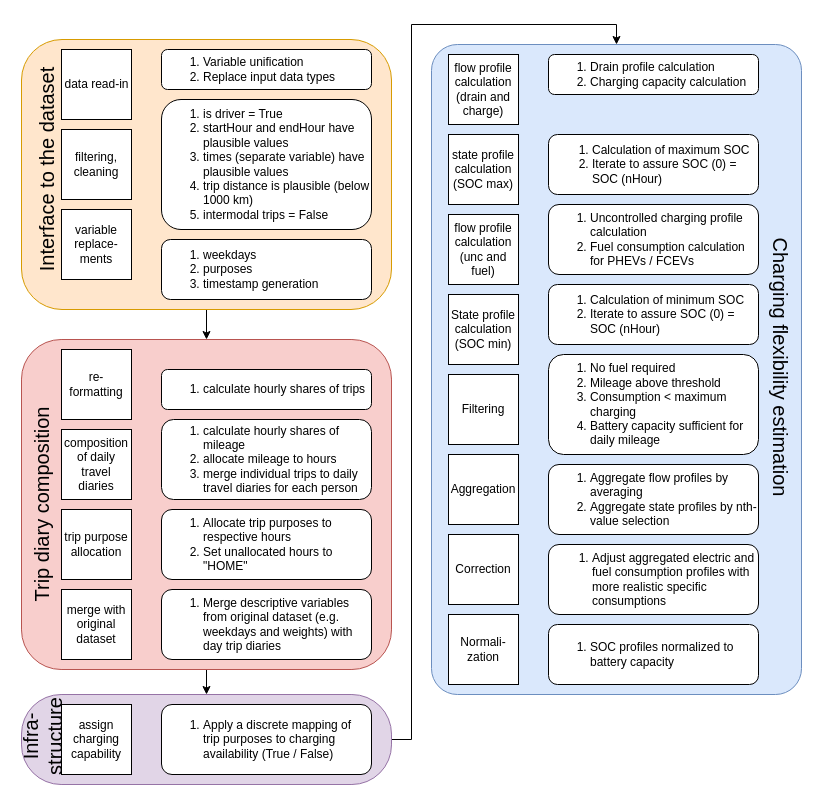
areleu/vencopy keeps this draw.io diagram as source/Schema/vencoPy_schema.drawio. Above is the earlier version. Source tidied: cells renumbered, new cells numbered last; positions are measured from the earlier drawing's top-left corner, leaving out a move shared by most shapes. Both pictures are drawn from the tidied source at 100%, with x=0, y=0 at pixel (-119, 24).
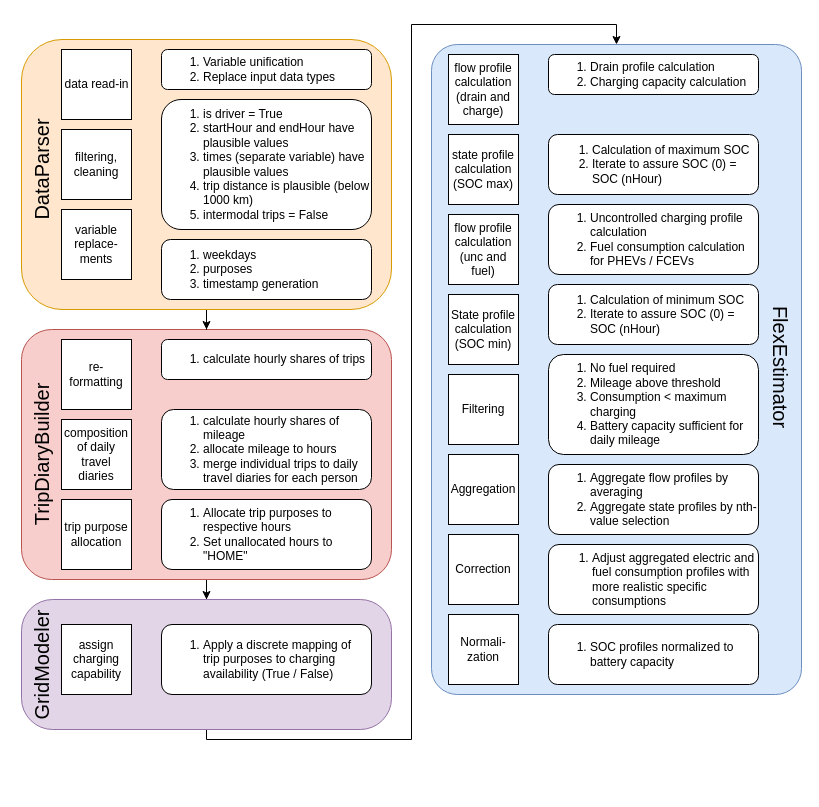
After the change.

The edit, as a diff of the source:
```diff
@@
     <mxCell id="4" style="rounded=1;whiteSpace=wrap;html=1;fillColor=#f8cecc;strokeColor=#b85450;arcSize=12;" parent="1" vertex="1">
-      <mxGeometry x="140" y="315" width="370" height="330" as="geometry" />
+      <mxGeometry x="140" y="305" width="370" height="250" as="geometry" />
     </mxCell>
@@
     <mxCell id="10" value="composition of daily travel diaries" style="whiteSpace=wrap;html=1;spacingLeft=2;spacingRight=2;" parent="1" vertex="1">
-      <mxGeometry x="180" y="405" width="70" height="70" as="geometry" />
+      <mxGeometry x="180" y="395" width="70" height="70" as="geometry" />
     </mxCell>
@@
     <mxCell id="14" value="re-formatting" style="whiteSpace=wrap;html=1;spacingLeft=2;spacingRight=2;" parent="1" vertex="1">
-      <mxGeometry x="180" y="325" width="70" height="70" as="geometry" />
+      <mxGeometry x="180" y="315" width="70" height="70" as="geometry" />
     </mxCell>
     <mxCell id="15" value="&lt;ol&gt;&lt;li&gt;calculate hourly shares of trips&lt;br&gt;&lt;/li&gt;&lt;/ol&gt;" style="rounded=1;whiteSpace=wrap;html=1;align=left;spacingRight=2;" parent="1" vertex="1">
-      <mxGeometry x="280" y="345" width="210" height="40" as="geometry" />
+      <mxGeometry x="280" y="315" width="210" height="40" as="geometry" />
     </mxCell>
     <mxCell id="16" value="&lt;ol&gt;&lt;li&gt;calculate hourly shares of mileage&lt;br&gt;&lt;/li&gt;&lt;li&gt;allocate mileage to hours&lt;/li&gt;&lt;li&gt;merge individual trips to daily travel diaries for each person&lt;br&gt;&lt;/li&gt;&lt;/ol&gt;" style="rounded=1;whiteSpace=wrap;html=1;align=left;" parent="1" vertex="1">
-      <mxGeometry x="280" y="395" width="210" height="80" as="geometry" />
+      <mxGeometry x="280" y="385" width="210" height="80" as="geometry" />
     </mxCell>
-    <mxCell id="17" value="Interface to the dataset" style="text;html=1;strokeColor=none;fillColor=none;align=center;verticalAlign=middle;whiteSpace=wrap;rounded=0;fontSize=20;rotation=270;" parent="1" vertex="1">
-      <mxGeometry x="30" y="135" width="270" height="20" as="geometry" />
+    <mxCell id="17" value="DataParser" style="text;html=1;strokeColor=none;fillColor=none;align=center;verticalAlign=middle;whiteSpace=wrap;rounded=0;fontSize=20;rotation=270;" parent="1" vertex="1">
+      <mxGeometry x="25" y="135" width="270" height="20" as="geometry" />
     </mxCell>
-    <mxCell id="18" value="Trip diary composition" style="text;html=1;strokeColor=none;fillColor=none;align=center;verticalAlign=middle;whiteSpace=wrap;rounded=0;fontSize=20;rotation=270;" parent="1" vertex="1">
-      <mxGeometry y="470" width="320" height="20" as="geometry" />
+    <mxCell id="18" value="TripDiaryBuilder" style="text;html=1;strokeColor=none;fillColor=none;align=center;verticalAlign=middle;whiteSpace=wrap;rounded=0;fontSize=20;rotation=270;" parent="1" vertex="1">
+      <mxGeometry x="40" y="420" width="240" height="20" as="geometry" />
     </mxCell>
     <mxCell id="19" value="trip purpose allocation" style="whiteSpace=wrap;html=1;spacingLeft=2;spacingRight=2;" parent="1" vertex="1">
-      <mxGeometry x="180" y="485" width="70" height="70" as="geometry" />
+      <mxGeometry x="180" y="475" width="70" height="70" as="geometry" />
     </mxCell>
     <mxCell id="20" value="&lt;ol&gt;&lt;li&gt;Allocate trip purposes to respective hours&lt;/li&gt;&lt;li&gt;Set unallocated hours to &quot;HOME&quot;&lt;br&gt;&lt;/li&gt;&lt;/ol&gt;" style="rounded=1;whiteSpace=wrap;html=1;align=left;" parent="1" vertex="1">
-      <mxGeometry x="280" y="485" width="210" height="70" as="geometry" />
+      <mxGeometry x="280" y="475" width="210" height="70" as="geometry" />
     </mxCell>
-    <mxCell id="21" value="merge with original dataset" style="whiteSpace=wrap;html=1;" parent="1" vertex="1">
-      <mxGeometry x="180" y="565" width="70" height="70" as="geometry" />
-    </mxCell>
-    <mxCell id="22" value="&lt;ol&gt;&lt;li&gt;Merge descriptive variables from original dataset (e.g. weekdays and weights) with day trip diaries&lt;br&gt;&lt;/li&gt;&lt;/ol&gt;" style="rounded=1;whiteSpace=wrap;html=1;align=left;" parent="1" vertex="1">
-      <mxGeometry x="280" y="565" width="210" height="70" as="geometry" />
-    </mxCell>
@@
-    <mxCell id="24" style="rounded=1;whiteSpace=wrap;html=1;fillColor=#e1d5e7;strokeColor=#9673a6;arcSize=44;" parent="1" vertex="1">
-      <mxGeometry x="140" y="670" width="370" height="90" as="geometry" />
+    <mxCell id="24" style="rounded=1;whiteSpace=wrap;html=1;fillColor=#e1d5e7;strokeColor=#9673a6;arcSize=24;" parent="1" vertex="1">
+      <mxGeometry x="140" y="575" width="370" height="130" as="geometry" />
     </mxCell>
     <mxCell id="25" value="assign charging capability" style="whiteSpace=wrap;html=1;spacingLeft=2;spacingRight=2;" parent="1" vertex="1">
-      <mxGeometry x="180" y="680" width="70" height="70" as="geometry" />
+      <mxGeometry x="180" y="600" width="70" height="70" as="geometry" />
     </mxCell>
     <mxCell id="26" value="&lt;ol&gt;&lt;li&gt;Apply a discrete mapping of trip purposes to charging availability (True / False)&lt;br&gt;&lt;/li&gt;&lt;/ol&gt;" style="rounded=1;whiteSpace=wrap;html=1;align=left;spacingRight=2;" parent="1" vertex="1">
-      <mxGeometry x="280" y="680" width="210" height="70" as="geometry" />
+      <mxGeometry x="280" y="600" width="210" height="70" as="geometry" />
     </mxCell>
-    <mxCell id="27" value="Charging flexibility estimation" style="text;html=1;strokeColor=none;fillColor=none;align=center;verticalAlign=middle;whiteSpace=wrap;rounded=0;fontSize=20;rotation=90;" parent="1" vertex="1">
+    <mxCell id="27" value="FlexEstimator" style="text;html=1;strokeColor=none;fillColor=none;align=center;verticalAlign=middle;whiteSpace=wrap;rounded=0;fontSize=20;rotation=90;" parent="1" vertex="1">
       <mxGeometry x="572.5" y="332.5" width="655" height="20" as="geometry" />
     </mxCell>
@@
-    <mxCell id="44" value="Infra-structure" style="text;html=1;strokeColor=none;fillColor=none;align=center;verticalAlign=middle;whiteSpace=wrap;rounded=0;fontSize=20;rotation=270;" parent="1" vertex="1">
-      <mxGeometry x="107.5" y="702.5" width="105" height="20" as="geometry" />
+    <mxCell id="44" value="GridModeler" style="text;html=1;strokeColor=none;fillColor=none;align=center;verticalAlign=middle;whiteSpace=wrap;rounded=0;fontSize=20;rotation=270;" parent="1" vertex="1">
+      <mxGeometry x="111.9" y="630.6" width="96.2" height="20" as="geometry" />
     </mxCell>
```
